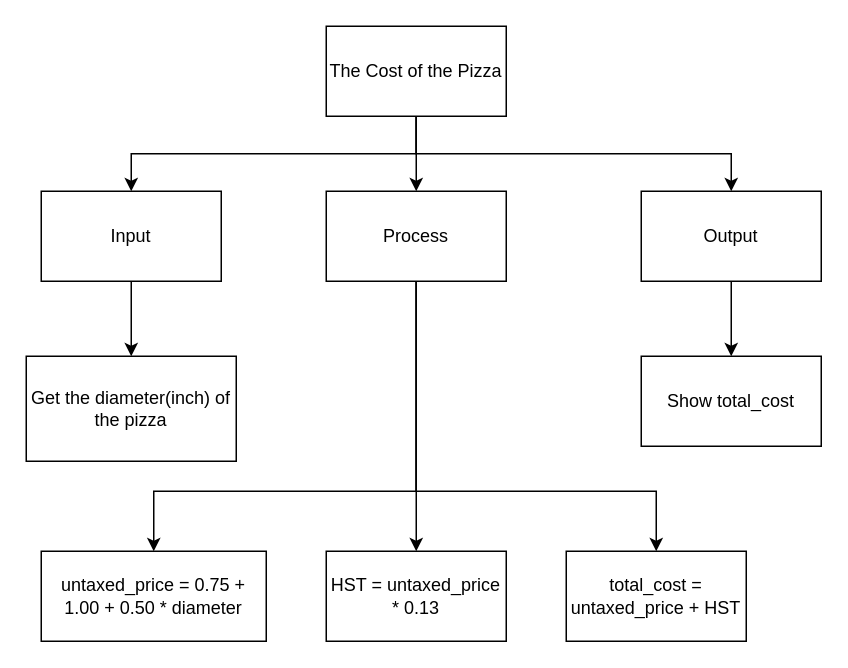
Yiyun-Qin/ICS3U-Unit3-02-Python keeps this draw.io diagram as design.top-down.drawio. Above is the earlier version. Source tidied: cells renumbered, new cells numbered last; positions are measured from the earlier drawing's top-left corner, leaving out a move shared by most shapes. Both pictures are drawn from the tidied source at 150%, with x=0, y=0 at pixel (26, 26).
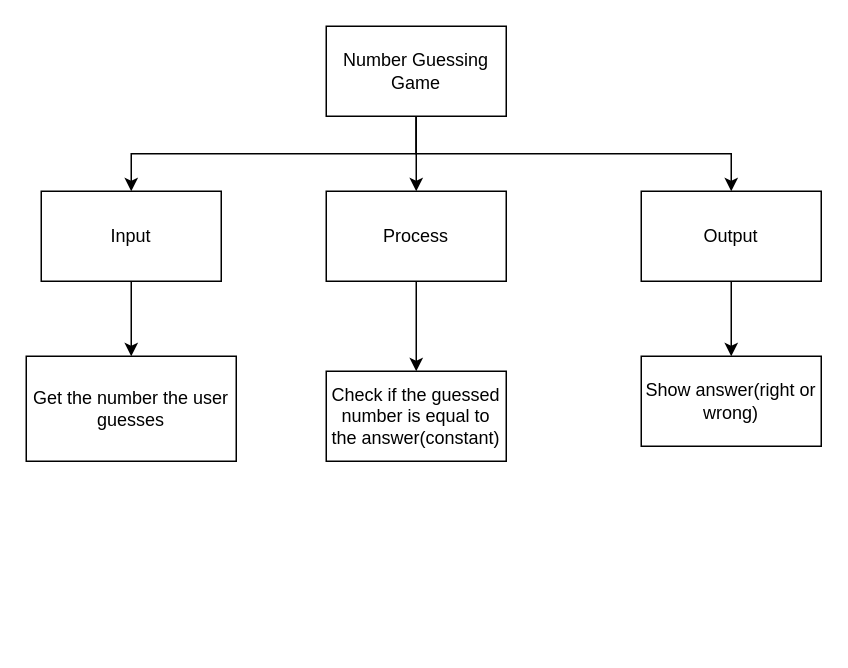
After the change.

Commit message (it also covers changes not shown here):
number guess int

The change refers to these unchanged cells:
```xml
<mxCell id="11" value="Process" style="rounded=0;whiteSpace=wrap;html=1;" parent="1" vertex="1">
  <mxGeometry x="200" y="110" width="120" height="60" as="geometry" />
</mxCell>
```

The edit, as a diff of the source:
```diff
@@
-    <mxCell id="5" value="The Cost of the Pizza" style="rounded=0;whiteSpace=wrap;html=1;" parent="1" vertex="1">
+    <mxCell id="5" value="Number Guessing Game" style="rounded=0;whiteSpace=wrap;html=1;" parent="1" vertex="1">
       <mxGeometry x="200" width="120" height="60" as="geometry" />
     </mxCell>
@@
-    <mxCell id="9" style="edgeStyle=orthogonalEdgeStyle;rounded=0;html=1;exitX=0.5;exitY=1;exitDx=0;exitDy=0;entryX=0.5;entryY=0;entryDx=0;entryDy=0;" parent="1" edge="1" source="11" target="15">
-      <mxGeometry relative="1" as="geometry">
-        <Array as="points">
-          <mxPoint x="260" y="310" />
-          <mxPoint x="85" y="310" />
-        </Array>
-      </mxGeometry>
-    </mxCell>
-    <mxCell id="10" style="edgeStyle=orthogonalEdgeStyle;rounded=0;html=1;exitX=0.5;exitY=1;exitDx=0;exitDy=0;entryX=0.5;entryY=0;entryDx=0;entryDy=0;" parent="1" edge="1" source="11" target="17">
-      <mxGeometry relative="1" as="geometry">
-        <Array as="points">
-          <mxPoint x="260" y="310" />
-          <mxPoint x="420" y="310" />
-        </Array>
-      </mxGeometry>
-    </mxCell>
@@
-    <mxCell id="14" value="Get the diameter(inch) of the pizza" style="rounded=0;whiteSpace=wrap;html=1;" parent="1" vertex="1">
+    <mxCell id="14" value="Get the number the user guesses" style="rounded=0;whiteSpace=wrap;html=1;" parent="1" vertex="1">
       <mxGeometry y="220" width="140" height="70" as="geometry" />
     </mxCell>
-    <mxCell id="15" value="untaxed_price = 0.75 + 1.00 + 0.50 * diameter" style="rounded=0;whiteSpace=wrap;html=1;" parent="1" vertex="1">
-      <mxGeometry x="10" y="350" width="150" height="60" as="geometry" />
-    </mxCell>
-    <mxCell id="16" value="HST = untaxed_price * 0.13" style="rounded=0;whiteSpace=wrap;html=1;" parent="1" vertex="1">
-      <mxGeometry x="200" y="350" width="120" height="60" as="geometry" />
+    <mxCell id="16" value="Check if the guessed number is equal to the answer(constant)" style="rounded=0;whiteSpace=wrap;html=1;" parent="1" vertex="1">
+      <mxGeometry x="200" y="230" width="120" height="60" as="geometry" />
     </mxCell>
-    <mxCell id="17" value="total_cost = untaxed_price + HST" style="rounded=0;whiteSpace=wrap;html=1;" parent="1" vertex="1">
-      <mxGeometry x="360" y="350" width="120" height="60" as="geometry" />
-    </mxCell>
-    <mxCell id="18" value="Show total_cost" style="rounded=0;whiteSpace=wrap;html=1;" parent="1" vertex="1">
+    <mxCell id="18" value="Show answer(right or wrong)" style="rounded=0;whiteSpace=wrap;html=1;" parent="1" vertex="1">
       <mxGeometry x="410" y="220" width="120" height="60" as="geometry" />
     </mxCell>
```
